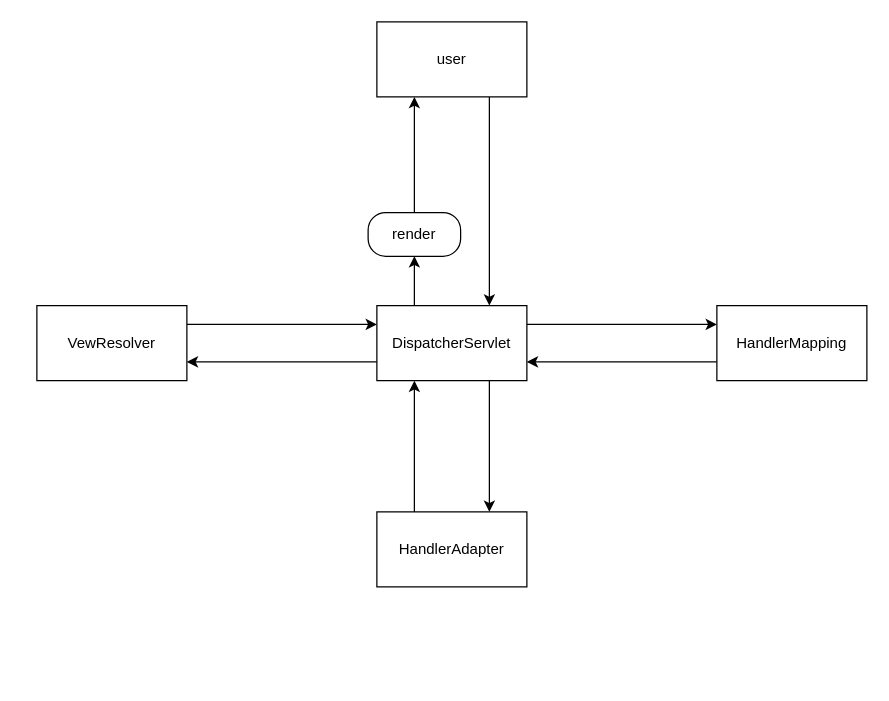
This is drawio/spring/mvc/dispatcher-process.drawio from lbzhello/blog, a draw.io file, before an edit. Source tidied: cells renumbered, new cells numbered last; positions are measured from the earlier drawing's top-left corner, leaving out a move shared by most shapes. Both pictures are drawn from the tidied source at 125%, with x=0, y=0 at pixel (36, 21).
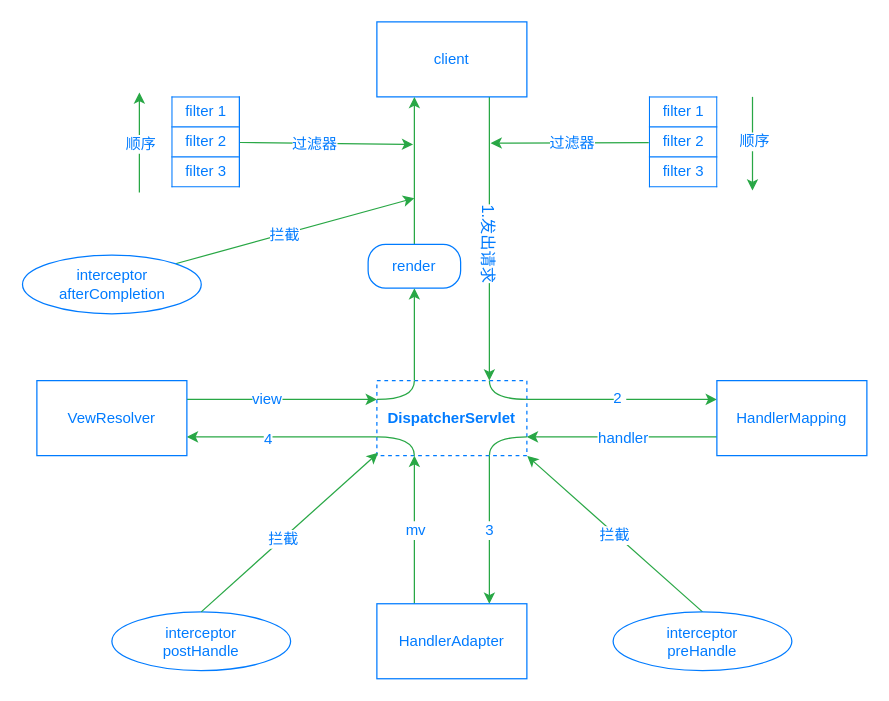
After the change.

The edit, as a diff of the source:
```diff
@@
-    <mxCell id="2" style="edgeStyle=none;rounded=0;jettySize=auto;html=1;exitX=1;exitY=0.25;exitDx=0;exitDy=0;entryX=0;entryY=0.25;entryDx=0;entryDy=0;endArrow=classic;endFill=1;" parent="1" edge="1" source="6" target="14">
+    <mxCell id="2" style="edgeStyle=none;rounded=0;jettySize=auto;html=1;exitX=1;exitY=0.25;exitDx=0;exitDy=0;entryX=0;entryY=0.25;entryDx=0;entryDy=0;endArrow=classic;endFill=1;strokeColor=#28A745;" parent="1" edge="1" source="6" target="14">
       <mxGeometry relative="1" as="geometry" />
     </mxCell>
+    <mxCell id="17" value="&lt;font color=&quot;#007bff&quot;&gt;2&amp;nbsp;&lt;/font&gt;" style="text;html=1;align=center;verticalAlign=middle;labelBackgroundColor=#ffffff;" parent="2" vertex="1">
+      <mxGeometry x="-0.16" y="2" relative="1" as="geometry">
+        <mxPoint x="9" as="offset" />
+      </mxGeometry>
+    </mxCell>
-    <mxCell id="3" style="edgeStyle=none;rounded=0;jettySize=auto;html=1;exitX=0.75;exitY=1;exitDx=0;exitDy=0;entryX=0.75;entryY=0;entryDx=0;entryDy=0;endArrow=classic;endFill=1;" parent="1" edge="1" source="6" target="12">
+    <mxCell id="3" style="edgeStyle=none;rounded=0;jettySize=auto;html=1;exitX=0.75;exitY=1;exitDx=0;exitDy=0;entryX=0.75;entryY=0;entryDx=0;entryDy=0;endArrow=classic;endFill=1;strokeColor=#28A745;" parent="1" edge="1" source="6" target="12">
       <mxGeometry relative="1" as="geometry" />
     </mxCell>
+    <mxCell id="18" value="3" style="text;html=1;align=center;verticalAlign=middle;labelBackgroundColor=#ffffff;fontColor=#007BFF;" parent="3" vertex="1">
+      <mxGeometry x="-0.35" y="-2" relative="1" as="geometry">
+        <mxPoint x="1.5" y="20.5" as="offset" />
+      </mxGeometry>
+    </mxCell>
-    <mxCell id="4" style="edgeStyle=none;rounded=0;jettySize=auto;html=1;exitX=0;exitY=0.75;exitDx=0;exitDy=0;entryX=1;entryY=0.75;entryDx=0;entryDy=0;endArrow=classic;endFill=1;" parent="1" edge="1" source="6" target="10">
+    <mxCell id="4" style="edgeStyle=none;rounded=0;jettySize=auto;html=1;exitX=0;exitY=0.75;exitDx=0;exitDy=0;entryX=1;entryY=0.75;entryDx=0;entryDy=0;endArrow=classic;endFill=1;strokeColor=#28A745;" parent="1" edge="1" source="6" target="10">
       <mxGeometry relative="1" as="geometry" />
     </mxCell>
+    <mxCell id="19" value="4" style="text;html=1;align=center;verticalAlign=middle;labelBackgroundColor=#ffffff;fontColor=#007BFF;" parent="4" vertex="1">
+      <mxGeometry x="0.16" y="1" relative="1" as="geometry" />
+    </mxCell>
-    <mxCell id="5" style="edgeStyle=none;rounded=0;jettySize=auto;html=1;exitX=0.25;exitY=0;exitDx=0;exitDy=0;entryX=0.5;entryY=1;entryDx=0;entryDy=0;endArrow=classic;endFill=1;" parent="1" edge="1" source="6" target="16">
+    <mxCell id="5" style="edgeStyle=none;rounded=0;jettySize=auto;html=1;exitX=0.25;exitY=0;exitDx=0;exitDy=0;entryX=0.5;entryY=1;entryDx=0;entryDy=0;endArrow=classic;endFill=1;strokeColor=#28A745;" parent="1" edge="1" source="6" target="16">
       <mxGeometry relative="1" as="geometry" />
     </mxCell>
-    <mxCell id="6" value="&lt;span style=&quot;white-space: normal&quot;&gt;DispatcherServlet&lt;/span&gt;" style="rounded=0;whiteSpace=wrap;html=1;strokeColor=#000000;" parent="1" vertex="1">
-      <mxGeometry x="272" y="227" width="120" height="60" as="geometry" />
+    <mxCell id="6" value="&lt;span style=&quot;white-space: normal&quot;&gt;&lt;font color=&quot;#007bff&quot;&gt;&lt;b&gt;DispatcherServlet&lt;/b&gt;&lt;/font&gt;&lt;/span&gt;" style="rounded=0;whiteSpace=wrap;html=1;strokeColor=#007BFF;dashed=1;" parent="1" vertex="1">
+      <mxGeometry x="272" y="287" width="120" height="60" as="geometry" />
     </mxCell>
-    <mxCell id="7" style="edgeStyle=none;rounded=0;jettySize=auto;html=1;exitX=0.75;exitY=1;exitDx=0;exitDy=0;entryX=0.75;entryY=0;entryDx=0;entryDy=0;endArrow=classic;endFill=1;" parent="1" edge="1" source="8" target="6">
+    <mxCell id="7" style="edgeStyle=none;rounded=0;jettySize=auto;html=1;exitX=0.75;exitY=1;exitDx=0;exitDy=0;entryX=0.75;entryY=0;entryDx=0;entryDy=0;endArrow=classic;endFill=1;strokeColor=#28A745;" parent="1" edge="1" source="8" target="6">
       <mxGeometry relative="1" as="geometry" />
     </mxCell>
+    <mxCell id="20" value="&lt;font style=&quot;font-size: 13px&quot; color=&quot;#007bff&quot;&gt;1.发出请求&lt;/font&gt;" style="text;html=1;align=center;verticalAlign=middle;labelBackgroundColor=#ffffff;direction=south;rotation=90;" parent="7" vertex="1">
+      <mxGeometry x="-0.33" relative="1" as="geometry">
+        <mxPoint x="0.5" y="41" as="offset" />
+      </mxGeometry>
+    </mxCell>
-    <mxCell id="8" value="&lt;span style=&quot;white-space: normal&quot;&gt;user&lt;/span&gt;" style="rounded=0;whiteSpace=wrap;html=1;strokeColor=#000000;" parent="1" vertex="1">
+    <mxCell id="8" value="&lt;span style=&quot;white-space: normal&quot;&gt;&lt;font color=&quot;#007bff&quot;&gt;client&lt;/font&gt;&lt;/span&gt;" style="rounded=0;whiteSpace=wrap;html=1;strokeColor=#007BFF;" parent="1" vertex="1">
       <mxGeometry x="272" width="120" height="60" as="geometry" />
     </mxCell>
-    <mxCell id="9" style="edgeStyle=none;rounded=0;jettySize=auto;html=1;exitX=1;exitY=0.25;exitDx=0;exitDy=0;entryX=0;entryY=0.25;entryDx=0;entryDy=0;endArrow=classic;endFill=1;" parent="1" edge="1" source="10" target="6">
+    <mxCell id="9" style="edgeStyle=none;rounded=0;jettySize=auto;html=1;exitX=1;exitY=0.25;exitDx=0;exitDy=0;entryX=0;entryY=0.25;entryDx=0;entryDy=0;endArrow=classic;endFill=1;strokeColor=#28A745;" parent="1" edge="1" source="10" target="6">
       <mxGeometry relative="1" as="geometry" />
     </mxCell>
+    <mxCell id="21" value="view" style="text;html=1;align=center;verticalAlign=middle;labelBackgroundColor=#ffffff;fontColor=#007BFF;" parent="9" vertex="1">
+      <mxGeometry x="-0.19" y="-2" relative="1" as="geometry">
+        <mxPoint x="1" y="-3" as="offset" />
+      </mxGeometry>
+    </mxCell>
-    <mxCell id="10" value="VewResolver" style="rounded=0;whiteSpace=wrap;html=1;strokeColor=#000000;" parent="1" vertex="1">
-      <mxGeometry y="227" width="120" height="60" as="geometry" />
+    <mxCell id="10" value="&lt;font color=&quot;#007bff&quot;&gt;VewResolver&lt;/font&gt;" style="rounded=0;whiteSpace=wrap;html=1;strokeColor=#007BFF;" parent="1" vertex="1">
+      <mxGeometry y="287" width="120" height="60" as="geometry" />
     </mxCell>
-    <mxCell id="11" style="edgeStyle=none;rounded=0;jettySize=auto;html=1;exitX=0.25;exitY=0;exitDx=0;exitDy=0;entryX=0.25;entryY=1;entryDx=0;entryDy=0;endArrow=classic;endFill=1;" parent="1" edge="1" source="12" target="6">
+    <mxCell id="11" style="edgeStyle=none;rounded=0;jettySize=auto;html=1;exitX=0.25;exitY=0;exitDx=0;exitDy=0;entryX=0.25;entryY=1;entryDx=0;entryDy=0;endArrow=classic;endFill=1;strokeColor=#28A745;" parent="1" edge="1" source="12" target="6">
       <mxGeometry relative="1" as="geometry" />
     </mxCell>
+    <mxCell id="22" value="mv" style="text;html=1;align=center;verticalAlign=middle;labelBackgroundColor=#ffffff;fontColor=#007BFF;" parent="11" vertex="1">
+      <mxGeometry x="0.2" relative="1" as="geometry">
+        <mxPoint y="12" as="offset" />
+      </mxGeometry>
+    </mxCell>
-    <mxCell id="12" value="HandlerAdapter" style="rounded=0;whiteSpace=wrap;html=1;strokeColor=#000000;" parent="1" vertex="1">
-      <mxGeometry x="272" y="392" width="120" height="60" as="geometry" />
+    <mxCell id="12" value="&lt;font color=&quot;#007bff&quot;&gt;HandlerAdapter&lt;/font&gt;" style="rounded=0;whiteSpace=wrap;html=1;strokeColor=#007BFF;" parent="1" vertex="1">
+      <mxGeometry x="272" y="465.5" width="120" height="60" as="geometry" />
     </mxCell>
-    <mxCell id="13" style="edgeStyle=none;rounded=0;jettySize=auto;html=1;exitX=0;exitY=0.75;exitDx=0;exitDy=0;entryX=1;entryY=0.75;entryDx=0;entryDy=0;endArrow=classic;endFill=1;" parent="1" edge="1" source="14" target="6">
+    <mxCell id="13" style="edgeStyle=none;rounded=0;jettySize=auto;html=1;exitX=0;exitY=0.75;exitDx=0;exitDy=0;entryX=1;entryY=0.75;entryDx=0;entryDy=0;endArrow=classic;endFill=1;strokeColor=#28A745;" parent="1" edge="1" source="14" target="6">
       <mxGeometry relative="1" as="geometry" />
     </mxCell>
+    <mxCell id="23" value="&lt;font color=&quot;#007bff&quot;&gt;handler&lt;/font&gt;" style="text;html=1;align=center;verticalAlign=middle;labelBackgroundColor=#ffffff;" parent="13" vertex="1">
+      <mxGeometry x="0.24" relative="1" as="geometry">
+        <mxPoint x="18" as="offset" />
+      </mxGeometry>
+    </mxCell>
-    <mxCell id="14" value="HandlerMapping" style="rounded=0;whiteSpace=wrap;html=1;strokeColor=#000000;" parent="1" vertex="1">
-      <mxGeometry x="544" y="227" width="120" height="60" as="geometry" />
+    <mxCell id="14" value="&lt;font color=&quot;#007bff&quot;&gt;HandlerMapping&lt;/font&gt;" style="rounded=0;whiteSpace=wrap;html=1;strokeColor=#007BFF;" parent="1" vertex="1">
+      <mxGeometry x="544" y="287" width="120" height="60" as="geometry" />
     </mxCell>
-    <mxCell id="15" style="edgeStyle=none;rounded=0;jettySize=auto;html=1;exitX=0.5;exitY=0;exitDx=0;exitDy=0;entryX=0.25;entryY=1;entryDx=0;entryDy=0;endArrow=classic;endFill=1;" parent="1" edge="1" source="16" target="8">
+    <mxCell id="15" style="edgeStyle=none;rounded=0;jettySize=auto;html=1;exitX=0.5;exitY=0;exitDx=0;exitDy=0;entryX=0.25;entryY=1;entryDx=0;entryDy=0;endArrow=classic;endFill=1;strokeColor=#28A745;" parent="1" edge="1" source="16" target="8">
       <mxGeometry relative="1" as="geometry" />
     </mxCell>
-    <mxCell id="16" value="render" style="rounded=1;whiteSpace=wrap;html=1;strokeColor=#000000;arcSize=40;" parent="1" vertex="1">
-      <mxGeometry x="265" y="152.5" width="74" height="35" as="geometry" />
+    <mxCell id="16" value="&lt;font color=&quot;#007bff&quot;&gt;render&lt;/font&gt;" style="rounded=1;whiteSpace=wrap;html=1;strokeColor=#007BFF;arcSize=40;" parent="1" vertex="1">
+      <mxGeometry x="265" y="178" width="74" height="35" as="geometry" />
     </mxCell>
+    <mxCell id="24" style="edgeStyle=orthogonalEdgeStyle;rounded=0;orthogonalLoop=1;jettySize=auto;html=1;exitX=1;exitY=0.75;exitDx=0;exitDy=0;entryX=0.75;entryY=1;entryDx=0;entryDy=0;endArrow=none;endFill=0;strokeColor=#28A745;curved=1;" parent="1" edge="1" source="6" target="6">
+      <mxGeometry relative="1" as="geometry" />
+    </mxCell>
+    <mxCell id="25" style="edgeStyle=orthogonalEdgeStyle;rounded=0;orthogonalLoop=1;jettySize=auto;html=1;exitX=0.75;exitY=0;exitDx=0;exitDy=0;entryX=1;entryY=0.25;entryDx=0;entryDy=0;endArrow=none;endFill=0;strokeColor=#28A745;curved=1;" parent="1" edge="1" source="6" target="6">
+      <mxGeometry relative="1" as="geometry">
+        <Array as="points">
+          <mxPoint x="362" y="302" />
+        </Array>
+      </mxGeometry>
+    </mxCell>
+    <mxCell id="26" style="edgeStyle=orthogonalEdgeStyle;curved=1;rounded=0;orthogonalLoop=1;jettySize=auto;html=1;exitX=0.25;exitY=1;exitDx=0;exitDy=0;entryX=0;entryY=0.75;entryDx=0;entryDy=0;endArrow=none;endFill=0;strokeColor=#28A745;" parent="1" edge="1" source="6" target="6">
+      <mxGeometry relative="1" as="geometry">
+        <Array as="points">
+          <mxPoint x="302" y="332" />
+        </Array>
+      </mxGeometry>
+    </mxCell>
+    <mxCell id="27" style="edgeStyle=orthogonalEdgeStyle;curved=1;rounded=0;orthogonalLoop=1;jettySize=auto;html=1;exitX=0;exitY=0.25;exitDx=0;exitDy=0;entryX=0.25;entryY=0;entryDx=0;entryDy=0;endArrow=none;endFill=0;strokeColor=#28A745;" parent="1" edge="1" source="6" target="6">
+      <mxGeometry relative="1" as="geometry" />
+    </mxCell>
+    <mxCell id="28" value="&lt;table border=&quot;1&quot; width=&quot;100%&quot; style=&quot;width: 100% ; height: 100% ; border-collapse: collapse ; border: 1px solid rgb(0 , 123 , 255)&quot;&gt;&lt;tbody&gt;&lt;tr&gt;&lt;td align=&quot;center&quot;&gt;&lt;font&gt;filter 1&lt;/font&gt;&lt;/td&gt;&lt;/tr&gt;&lt;tr&gt;&lt;td align=&quot;center&quot;&gt;&lt;font&gt;filter 2&lt;/font&gt;&lt;/td&gt;&lt;/tr&gt;&lt;tr&gt;&lt;td align=&quot;center&quot;&gt;&lt;font&gt;filter 3&lt;/font&gt;&lt;/td&gt;&lt;/tr&gt;&lt;/tbody&gt;&lt;/table&gt;" style="text;html=1;strokeColor=none;fillColor=none;overflow=fill;dashed=1;align=center;fontColor=#007BFF;" parent="1" vertex="1">
+      <mxGeometry x="489.5" y="60" width="55" height="73" as="geometry" />
+    </mxCell>
+    <mxCell id="29" style="endArrow=classic;html=1;strokeColor=#28A745;fontColor=#007BFF;" parent="1" edge="1">
+      <mxGeometry relative="1" as="geometry">
+        <mxPoint x="572.5" y="60" as="sourcePoint" />
+        <mxPoint x="572.5" y="135" as="targetPoint" />
+      </mxGeometry>
+    </mxCell>
+    <mxCell id="30" value="顺序" style="text;html=1;align=center;verticalAlign=middle;labelBackgroundColor=#ffffff;fontColor=#007BFF;direction=south;" parent="29" vertex="1">
+      <mxGeometry x="-0.66" y="-3" relative="1" as="geometry">
+        <mxPoint x="3.5" y="22.5" as="offset" />
+      </mxGeometry>
+    </mxCell>
+    <mxCell id="31" value="&lt;table border=&quot;1&quot; width=&quot;100%&quot; style=&quot;width: 100% ; height: 100% ; border-collapse: collapse ; border: 1px solid rgb(0 , 123 , 255)&quot;&gt;&lt;tbody&gt;&lt;tr&gt;&lt;td align=&quot;center&quot;&gt;&lt;font&gt;filter 1&lt;/font&gt;&lt;/td&gt;&lt;/tr&gt;&lt;tr&gt;&lt;td align=&quot;center&quot;&gt;&lt;font&gt;filter 2&lt;/font&gt;&lt;/td&gt;&lt;/tr&gt;&lt;tr&gt;&lt;td align=&quot;center&quot;&gt;&lt;font&gt;filter 3&lt;/font&gt;&lt;/td&gt;&lt;/tr&gt;&lt;/tbody&gt;&lt;/table&gt;" style="text;html=1;strokeColor=none;fillColor=none;overflow=fill;dashed=1;align=center;fontColor=#007BFF;" parent="1" vertex="1">
+      <mxGeometry x="107.5" y="60" width="55" height="73" as="geometry" />
+    </mxCell>
+    <mxCell id="32" style="endArrow=classic;html=1;strokeColor=#28A745;fontColor=#007BFF;" parent="1" edge="1">
+      <mxGeometry relative="1" as="geometry">
+        <mxPoint x="82" y="136.5" as="sourcePoint" />
+        <mxPoint x="82" y="56.5" as="targetPoint" />
+      </mxGeometry>
+    </mxCell>
+    <mxCell id="33" value="顺序" style="text;html=1;align=center;verticalAlign=middle;labelBackgroundColor=#ffffff;fontColor=#007BFF;direction=south;" parent="32" vertex="1">
+      <mxGeometry x="-0.66" y="-3" relative="1" as="geometry">
+        <mxPoint x="-3" y="-25.5" as="offset" />
+      </mxGeometry>
+    </mxCell>
+    <mxCell id="34" style="endArrow=none;html=1;strokeColor=#28A745;fontColor=#007BFF;entryX=0;entryY=0.5;entryDx=0;entryDy=0;startArrow=classic;startFill=1;endFill=0;" parent="1" edge="1" target="28">
+      <mxGeometry relative="1" as="geometry">
+        <mxPoint x="363" y="97" as="sourcePoint" />
+      </mxGeometry>
+    </mxCell>
+    <mxCell id="35" value="过滤器" style="text;html=1;align=center;verticalAlign=middle;labelBackgroundColor=#ffffff;fontColor=#007BFF;" parent="34" vertex="1">
+      <mxGeometry x="-0.18" relative="1" as="geometry">
+        <mxPoint x="13" y="-0.5" as="offset" />
+      </mxGeometry>
+    </mxCell>
+    <mxCell id="36" style="endArrow=none;html=1;strokeColor=#28A745;fontColor=#007BFF;entryX=1;entryY=0.5;entryDx=0;entryDy=0;endFill=0;startArrow=classic;startFill=1;" parent="1" edge="1" target="31">
+      <mxGeometry relative="1" as="geometry">
+        <mxPoint x="301" y="98" as="sourcePoint" />
+      </mxGeometry>
+    </mxCell>
+    <mxCell id="37" value="过滤器" style="text;html=1;align=center;verticalAlign=middle;labelBackgroundColor=#ffffff;fontColor=#007BFF;" parent="36" vertex="1">
+      <mxGeometry x="0.16" relative="1" as="geometry" />
+    </mxCell>
+    <mxCell id="38" style="endArrow=none;html=1;strokeColor=#28A745;fontColor=#007BFF;entryX=0.5;entryY=0;entryDx=0;entryDy=0;exitX=1.002;exitY=1.003;exitDx=0;exitDy=0;exitPerimeter=0;endFill=0;startArrow=classic;startFill=1;" parent="1" edge="1" source="6" target="40">
+      <mxGeometry relative="1" as="geometry" />
+    </mxCell>
+    <mxCell id="39" value="拦截" style="text;html=1;align=center;verticalAlign=middle;labelBackgroundColor=#ffffff;fontColor=#007BFF;" parent="38" vertex="1">
+      <mxGeometry x="-0.19" y="1" relative="1" as="geometry">
+        <mxPoint x="11.5" y="13.5" as="offset" />
+      </mxGeometry>
+    </mxCell>
+    <mxCell id="40" value="&lt;span style=&quot;white-space: normal&quot;&gt;interceptor&lt;br&gt;preHandle&lt;/span&gt;" style="ellipse;whiteSpace=wrap;html=1;strokeColor=#007BFF;strokeWidth=1;fontColor=#007BFF;align=center;" parent="1" vertex="1">
+      <mxGeometry x="461" y="472" width="143" height="47" as="geometry" />
+    </mxCell>
+    <mxCell id="41" value="&lt;span style=&quot;white-space: normal&quot;&gt;interceptor&lt;br&gt;postHandle&lt;/span&gt;" style="ellipse;whiteSpace=wrap;html=1;strokeColor=#007BFF;strokeWidth=1;fontColor=#007BFF;align=center;" parent="1" vertex="1">
+      <mxGeometry x="60" y="472" width="143" height="47" as="geometry" />
+    </mxCell>
+    <mxCell id="42" style="endArrow=none;html=1;strokeColor=#28A745;fontColor=#007BFF;entryX=0.5;entryY=0;entryDx=0;entryDy=0;exitX=0.008;exitY=0.963;exitDx=0;exitDy=0;exitPerimeter=0;endFill=0;startArrow=classic;startFill=1;" parent="1" edge="1" source="6" target="41">
+      <mxGeometry relative="1" as="geometry" />
+    </mxCell>
+    <mxCell id="43" value="拦截" style="text;html=1;align=center;verticalAlign=middle;labelBackgroundColor=#ffffff;fontColor=#007BFF;" parent="42" vertex="1">
+      <mxGeometry x="0.12" y="3" relative="1" as="geometry">
+        <mxPoint x="1.5" y="-5" as="offset" />
+      </mxGeometry>
+    </mxCell>
+    <mxCell id="44" style="rounded=0;jettySize=auto;html=1;exitX=1;exitY=0;exitDx=0;exitDy=0;startArrow=none;startFill=0;endArrow=classic;endFill=1;strokeColor=#28A745;fontColor=#007BFF;" parent="1" edge="1" source="46">
+      <mxGeometry relative="1" as="geometry">
+        <mxPoint x="302" y="141" as="targetPoint" />
+      </mxGeometry>
+    </mxCell>
+    <mxCell id="45" value="拦截" style="text;html=1;align=center;verticalAlign=middle;labelBackgroundColor=#ffffff;fontColor=#007BFF;" parent="44" vertex="1">
+      <mxGeometry x="-0.1" y="-1" relative="1" as="geometry" />
+    </mxCell>
+    <mxCell id="46" value="&lt;span style=&quot;white-space: normal&quot;&gt;interceptor&lt;br&gt;afterCompletion&lt;/span&gt;" style="ellipse;whiteSpace=wrap;html=1;strokeColor=#007BFF;strokeWidth=1;fontColor=#007BFF;align=center;" parent="1" vertex="1">
+      <mxGeometry x="-11.5" y="186.5" width="143" height="47" as="geometry" />
+    </mxCell>
```
